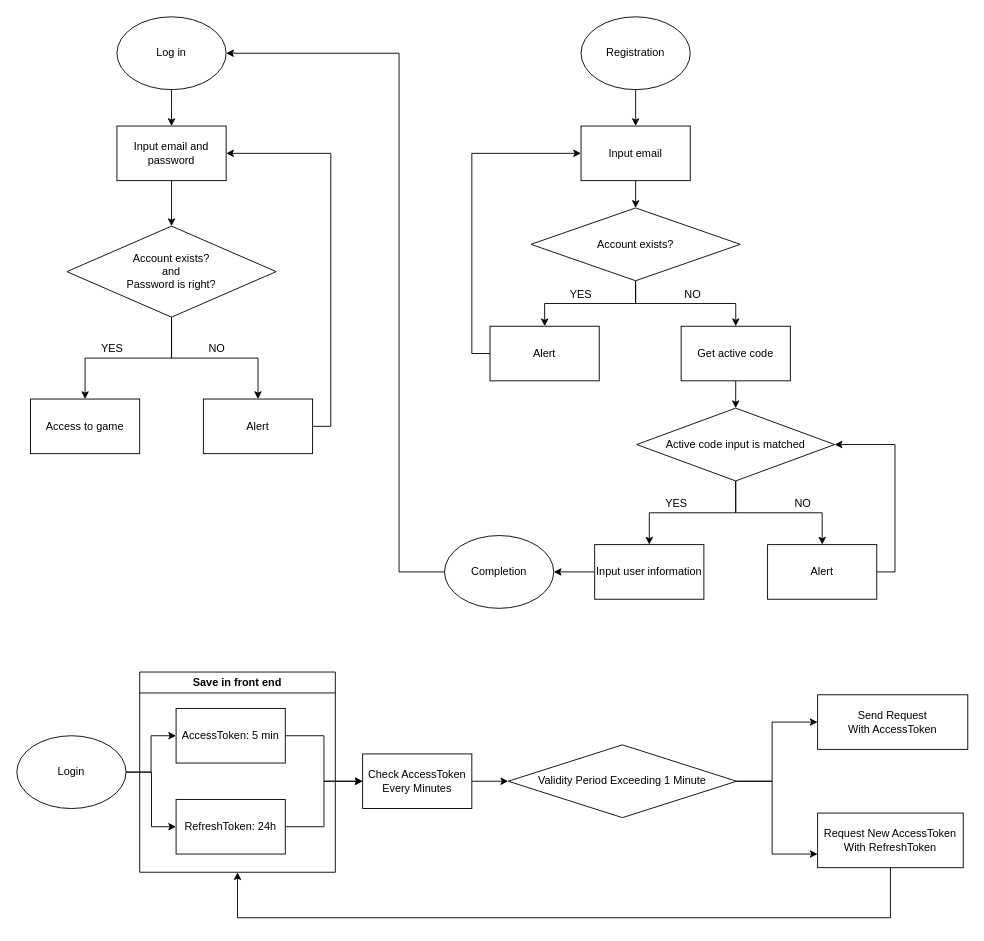
Kathy3665/coursesource keeps this draw.io diagram as 未命名绘图.drawio. Above is the earlier version. Source tidied: cells renumbered, new cells numbered last; positions are measured from the earlier drawing's top-left corner, leaving out a move shared by most shapes. Both pictures are drawn from the tidied source at 91%, with x=0, y=0 at pixel (16, 16).
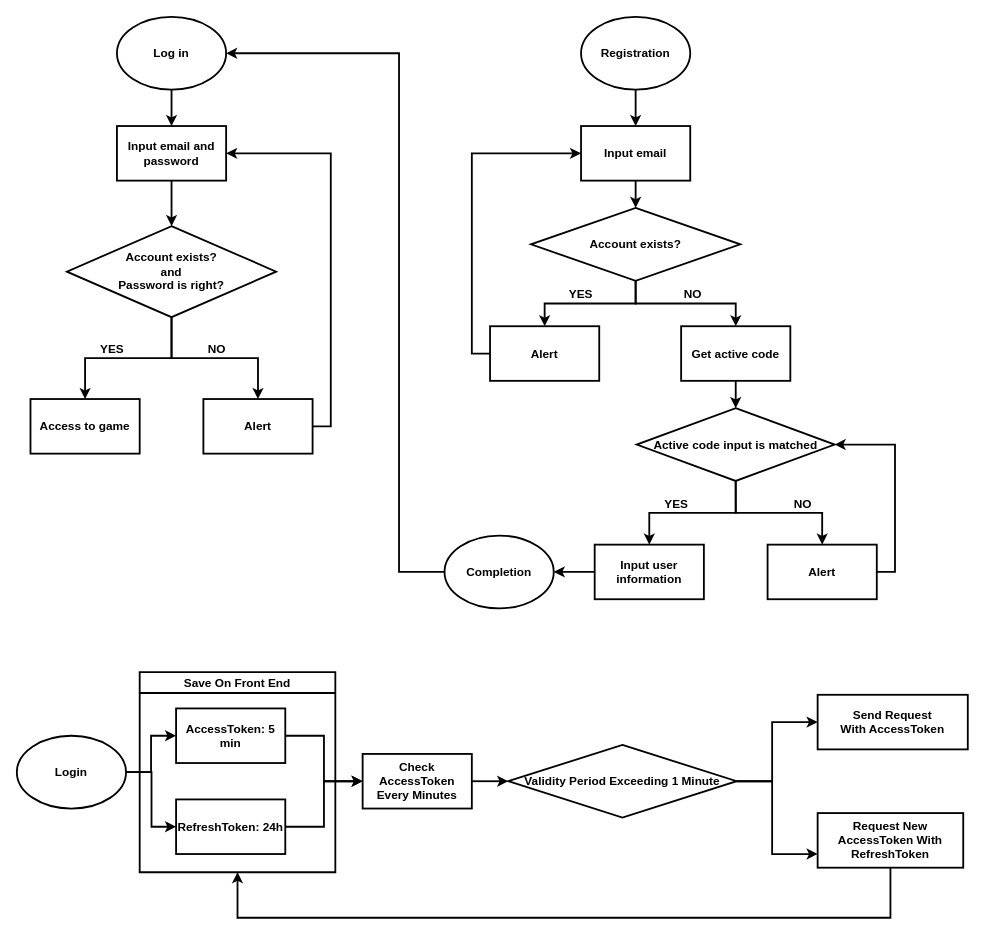
Above is the later version.

Commit message:
更新未命名绘图.drawio

Change to the diagram source:
```diff
@@
-    <mxCell id="2" style="edgeStyle=orthogonalEdgeStyle;rounded=0;jettySize=auto;html=1;exitX=0.5;exitY=1;exitDx=0;exitDy=0;entryX=0.5;entryY=0;entryDx=0;entryDy=0;" parent="1" edge="1" source="3">
+    <mxCell id="2" style="edgeStyle=orthogonalEdgeStyle;rounded=0;jettySize=auto;html=1;exitX=0.5;exitY=1;exitDx=0;exitDy=0;entryX=0.5;entryY=0;entryDx=0;entryDy=0;strokeWidth=2;fontSize=13;fontStyle=1;" parent="1" edge="1" source="3">
       <mxGeometry relative="1" as="geometry">
         <mxPoint x="170" y="120" as="targetPoint" />
       </mxGeometry>
     </mxCell>
-    <mxCell id="3" value="Log in" style="ellipse;whiteSpace=wrap;html=1;" parent="1" vertex="1">
+    <mxCell id="3" value="Log in" style="ellipse;whiteSpace=wrap;html=1;strokeWidth=2;fontSize=13;fontStyle=1;" parent="1" vertex="1">
       <mxGeometry x="110" width="120" height="80" as="geometry" />
     </mxCell>
-    <mxCell id="4" style="edgeStyle=orthogonalEdgeStyle;rounded=0;jettySize=auto;html=1;exitX=0.5;exitY=1;exitDx=0;exitDy=0;entryX=0.5;entryY=0;entryDx=0;entryDy=0;" parent="1" edge="1" source="6" target="7">
+    <mxCell id="4" style="edgeStyle=orthogonalEdgeStyle;rounded=0;jettySize=auto;html=1;exitX=0.5;exitY=1;exitDx=0;exitDy=0;entryX=0.5;entryY=0;entryDx=0;entryDy=0;strokeWidth=2;fontSize=13;fontStyle=1;" parent="1" edge="1" source="6" target="7">
       <mxGeometry relative="1" as="geometry" />
     </mxCell>
-    <mxCell id="5" style="edgeStyle=orthogonalEdgeStyle;rounded=0;jettySize=auto;html=1;exitX=0.5;exitY=1;exitDx=0;exitDy=0;" parent="1" edge="1" source="6" target="9">
+    <mxCell id="5" style="edgeStyle=orthogonalEdgeStyle;rounded=0;jettySize=auto;html=1;exitX=0.5;exitY=1;exitDx=0;exitDy=0;strokeWidth=2;fontSize=13;fontStyle=1;" parent="1" edge="1" source="6" target="9">
       <mxGeometry relative="1" as="geometry" />
     </mxCell>
-    <mxCell id="6" value="Account exists?&lt;br&gt;and&lt;br&gt;Password is right?" style="rhombus;whiteSpace=wrap;html=1;" parent="1" vertex="1">
+    <mxCell id="6" value="Account exists?&lt;br style=&quot;font-size: 13px;&quot;&gt;and&lt;br style=&quot;font-size: 13px;&quot;&gt;Password is right?" style="rhombus;whiteSpace=wrap;html=1;strokeWidth=2;fontSize=13;fontStyle=1;" parent="1" vertex="1">
       <mxGeometry x="55" y="230" width="230" height="100" as="geometry" />
     </mxCell>
-    <mxCell id="7" value="Access to game" style="rounded=0;whiteSpace=wrap;html=1;" parent="1" vertex="1">
+    <mxCell id="7" value="Access to game" style="rounded=0;whiteSpace=wrap;html=1;strokeWidth=2;fontSize=13;fontStyle=1;" parent="1" vertex="1">
       <mxGeometry x="15" y="420" width="120" height="60" as="geometry" />
     </mxCell>
-    <mxCell id="8" style="edgeStyle=orthogonalEdgeStyle;rounded=0;jettySize=auto;html=1;exitX=1;exitY=0.5;exitDx=0;exitDy=0;entryX=1;entryY=0.5;entryDx=0;entryDy=0;" parent="1" edge="1" source="9" target="11">
+    <mxCell id="8" style="edgeStyle=orthogonalEdgeStyle;rounded=0;jettySize=auto;html=1;exitX=1;exitY=0.5;exitDx=0;exitDy=0;entryX=1;entryY=0.5;entryDx=0;entryDy=0;strokeWidth=2;fontSize=13;fontStyle=1;" parent="1" edge="1" source="9" target="11">
       <mxGeometry relative="1" as="geometry" />
     </mxCell>
-    <mxCell id="9" value="Alert" style="rounded=0;whiteSpace=wrap;html=1;" parent="1" vertex="1">
+    <mxCell id="9" value="Alert" style="rounded=0;whiteSpace=wrap;html=1;strokeWidth=2;fontSize=13;fontStyle=1;" parent="1" vertex="1">
       <mxGeometry x="205" y="420" width="120" height="60" as="geometry" />
     </mxCell>
-    <mxCell id="10" style="edgeStyle=orthogonalEdgeStyle;rounded=0;jettySize=auto;html=1;exitX=0.5;exitY=1;exitDx=0;exitDy=0;entryX=0.5;entryY=0;entryDx=0;entryDy=0;" parent="1" edge="1" source="11" target="6">
+    <mxCell id="10" style="edgeStyle=orthogonalEdgeStyle;rounded=0;jettySize=auto;html=1;exitX=0.5;exitY=1;exitDx=0;exitDy=0;entryX=0.5;entryY=0;entryDx=0;entryDy=0;strokeWidth=2;fontSize=13;fontStyle=1;" parent="1" edge="1" source="11" target="6">
       <mxGeometry relative="1" as="geometry" />
     </mxCell>
-    <mxCell id="11" value="Input email and password" style="rounded=0;whiteSpace=wrap;html=1;" parent="1" vertex="1">
+    <mxCell id="11" value="Input email and password" style="rounded=0;whiteSpace=wrap;html=1;strokeWidth=2;fontSize=13;fontStyle=1;" parent="1" vertex="1">
       <mxGeometry x="110" y="120" width="120" height="60" as="geometry" />
     </mxCell>
-    <mxCell id="12" value="NO" style="text;html=1;strokeColor=none;fillColor=none;align=center;verticalAlign=middle;whiteSpace=wrap;rounded=0;" parent="1" vertex="1">
+    <mxCell id="12" value="NO" style="text;html=1;strokeColor=none;fillColor=none;align=center;verticalAlign=middle;whiteSpace=wrap;rounded=0;strokeWidth=2;fontSize=13;fontStyle=1;" parent="1" vertex="1">
       <mxGeometry x="190" y="350" width="60" height="30" as="geometry" />
     </mxCell>
-    <mxCell id="13" value="YES" style="text;html=1;strokeColor=none;fillColor=none;align=center;verticalAlign=middle;whiteSpace=wrap;rounded=0;" parent="1" vertex="1">
+    <mxCell id="13" value="YES" style="text;html=1;strokeColor=none;fillColor=none;align=center;verticalAlign=middle;whiteSpace=wrap;rounded=0;strokeWidth=2;fontSize=13;fontStyle=1;" parent="1" vertex="1">
       <mxGeometry x="75" y="350" width="60" height="30" as="geometry" />
     </mxCell>
-    <mxCell id="14" style="edgeStyle=orthogonalEdgeStyle;rounded=0;jettySize=auto;html=1;exitX=0.5;exitY=1;exitDx=0;exitDy=0;" parent="1" edge="1" source="15" target="17">
+    <mxCell id="14" style="edgeStyle=orthogonalEdgeStyle;rounded=0;jettySize=auto;html=1;exitX=0.5;exitY=1;exitDx=0;exitDy=0;strokeWidth=2;fontSize=13;fontStyle=1;" parent="1" edge="1" source="15" target="17">
       <mxGeometry relative="1" as="geometry" />
     </mxCell>
-    <mxCell id="15" value="Registration" style="ellipse;whiteSpace=wrap;html=1;" parent="1" vertex="1">
+    <mxCell id="15" value="Registration" style="ellipse;whiteSpace=wrap;html=1;strokeWidth=2;fontSize=13;fontStyle=1;" parent="1" vertex="1">
       <mxGeometry x="620" width="120" height="80" as="geometry" />
     </mxCell>
-    <mxCell id="16" style="edgeStyle=orthogonalEdgeStyle;rounded=0;jettySize=auto;html=1;exitX=0.5;exitY=1;exitDx=0;exitDy=0;entryX=0.5;entryY=0;entryDx=0;entryDy=0;" parent="1" edge="1" source="17" target="20">
+    <mxCell id="16" style="edgeStyle=orthogonalEdgeStyle;rounded=0;jettySize=auto;html=1;exitX=0.5;exitY=1;exitDx=0;exitDy=0;entryX=0.5;entryY=0;entryDx=0;entryDy=0;strokeWidth=2;fontSize=13;fontStyle=1;" parent="1" edge="1" source="17" target="20">
       <mxGeometry relative="1" as="geometry" />
     </mxCell>
-    <mxCell id="17" value="Input email" style="rounded=0;whiteSpace=wrap;html=1;" parent="1" vertex="1">
+    <mxCell id="17" value="Input email" style="rounded=0;whiteSpace=wrap;html=1;strokeWidth=2;fontSize=13;fontStyle=1;" parent="1" vertex="1">
       <mxGeometry x="620" y="120" width="120" height="60" as="geometry" />
     </mxCell>
-    <mxCell id="18" style="edgeStyle=orthogonalEdgeStyle;rounded=0;jettySize=auto;html=1;exitX=0.5;exitY=1;exitDx=0;exitDy=0;entryX=0.5;entryY=0;entryDx=0;entryDy=0;" parent="1" edge="1" source="20" target="24">
+    <mxCell id="18" style="edgeStyle=orthogonalEdgeStyle;rounded=0;jettySize=auto;html=1;exitX=0.5;exitY=1;exitDx=0;exitDy=0;entryX=0.5;entryY=0;entryDx=0;entryDy=0;strokeWidth=2;fontSize=13;fontStyle=1;" parent="1" edge="1" source="20" target="24">
       <mxGeometry relative="1" as="geometry" />
     </mxCell>
-    <mxCell id="19" style="edgeStyle=orthogonalEdgeStyle;rounded=0;jettySize=auto;html=1;exitX=0.5;exitY=1;exitDx=0;exitDy=0;" parent="1" edge="1" source="20" target="22">
+    <mxCell id="19" style="edgeStyle=orthogonalEdgeStyle;rounded=0;jettySize=auto;html=1;exitX=0.5;exitY=1;exitDx=0;exitDy=0;strokeWidth=2;fontSize=13;fontStyle=1;" parent="1" edge="1" source="20" target="22">
       <mxGeometry relative="1" as="geometry" />
     </mxCell>
-    <mxCell id="20" value="Account exists?" style="rhombus;whiteSpace=wrap;html=1;" parent="1" vertex="1">
+    <mxCell id="20" value="Account exists?" style="rhombus;whiteSpace=wrap;html=1;strokeWidth=2;fontSize=13;fontStyle=1;" parent="1" vertex="1">
       <mxGeometry x="565" y="210" width="230" height="80" as="geometry" />
     </mxCell>
-    <mxCell id="21" style="edgeStyle=orthogonalEdgeStyle;rounded=0;jettySize=auto;html=1;exitX=0.5;exitY=1;exitDx=0;exitDy=0;entryX=0.5;entryY=0;entryDx=0;entryDy=0;" parent="1" edge="1" source="22" target="27">
+    <mxCell id="21" style="edgeStyle=orthogonalEdgeStyle;rounded=0;jettySize=auto;html=1;exitX=0.5;exitY=1;exitDx=0;exitDy=0;entryX=0.5;entryY=0;entryDx=0;entryDy=0;strokeWidth=2;fontSize=13;fontStyle=1;" parent="1" edge="1" source="22" target="27">
       <mxGeometry relative="1" as="geometry" />
     </mxCell>
-    <mxCell id="22" value="Get active code" style="rounded=0;whiteSpace=wrap;html=1;" parent="1" vertex="1">
+    <mxCell id="22" value="Get active code" style="rounded=0;whiteSpace=wrap;html=1;strokeWidth=2;fontSize=13;fontStyle=1;" parent="1" vertex="1">
       <mxGeometry x="730" y="340" width="120" height="60" as="geometry" />
     </mxCell>
-    <mxCell id="23" style="edgeStyle=orthogonalEdgeStyle;rounded=0;jettySize=auto;html=1;exitX=0;exitY=0.5;exitDx=0;exitDy=0;entryX=0;entryY=0.5;entryDx=0;entryDy=0;" parent="1" edge="1" source="24" target="17">
+    <mxCell id="23" style="edgeStyle=orthogonalEdgeStyle;rounded=0;jettySize=auto;html=1;exitX=0;exitY=0.5;exitDx=0;exitDy=0;entryX=0;entryY=0.5;entryDx=0;entryDy=0;strokeWidth=2;fontSize=13;fontStyle=1;" parent="1" edge="1" source="24" target="17">
       <mxGeometry relative="1" as="geometry" />
     </mxCell>
-    <mxCell id="24" value="Alert" style="rounded=0;whiteSpace=wrap;html=1;" parent="1" vertex="1">
+    <mxCell id="24" value="Alert" style="rounded=0;whiteSpace=wrap;html=1;strokeWidth=2;fontSize=13;fontStyle=1;" parent="1" vertex="1">
       <mxGeometry x="520" y="340" width="120" height="60" as="geometry" />
     </mxCell>
-    <mxCell id="25" style="edgeStyle=orthogonalEdgeStyle;rounded=0;jettySize=auto;html=1;exitX=0.5;exitY=1;exitDx=0;exitDy=0;entryX=0.5;entryY=0;entryDx=0;entryDy=0;" parent="1" edge="1" source="27" target="29">
+    <mxCell id="25" style="edgeStyle=orthogonalEdgeStyle;rounded=0;jettySize=auto;html=1;exitX=0.5;exitY=1;exitDx=0;exitDy=0;entryX=0.5;entryY=0;entryDx=0;entryDy=0;strokeWidth=2;fontSize=13;fontStyle=1;" parent="1" edge="1" source="27" target="29">
       <mxGeometry relative="1" as="geometry" />
     </mxCell>
-    <mxCell id="26" style="edgeStyle=orthogonalEdgeStyle;rounded=0;jettySize=auto;html=1;exitX=0.5;exitY=1;exitDx=0;exitDy=0;entryX=0.5;entryY=0;entryDx=0;entryDy=0;" parent="1" edge="1" source="27" target="35">
+    <mxCell id="26" style="edgeStyle=orthogonalEdgeStyle;rounded=0;jettySize=auto;html=1;exitX=0.5;exitY=1;exitDx=0;exitDy=0;entryX=0.5;entryY=0;entryDx=0;entryDy=0;strokeWidth=2;fontSize=13;fontStyle=1;" parent="1" edge="1" source="27" target="35">
       <mxGeometry relative="1" as="geometry" />
     </mxCell>
-    <mxCell id="27" value="Active code input is matched" style="rhombus;whiteSpace=wrap;html=1;" parent="1" vertex="1">
+    <mxCell id="27" value="Active code input is matched" style="rhombus;whiteSpace=wrap;html=1;strokeWidth=2;fontSize=13;fontStyle=1;" parent="1" vertex="1">
       <mxGeometry x="681.2" y="430" width="217.5" height="80" as="geometry" />
     </mxCell>
-    <mxCell id="28" style="edgeStyle=orthogonalEdgeStyle;rounded=0;jettySize=auto;html=1;exitX=0;exitY=0.5;exitDx=0;exitDy=0;entryX=1;entryY=0.5;entryDx=0;entryDy=0;" parent="1" edge="1" source="29" target="31">
+    <mxCell id="28" style="edgeStyle=orthogonalEdgeStyle;rounded=0;jettySize=auto;html=1;exitX=0;exitY=0.5;exitDx=0;exitDy=0;entryX=1;entryY=0.5;entryDx=0;entryDy=0;strokeWidth=2;fontSize=13;fontStyle=1;" parent="1" edge="1" source="29" target="31">
       <mxGeometry relative="1" as="geometry" />
     </mxCell>
-    <mxCell id="29" value="Input user information" style="rounded=0;whiteSpace=wrap;html=1;" parent="1" vertex="1">
+    <mxCell id="29" value="Input user information" style="rounded=0;whiteSpace=wrap;html=1;strokeWidth=2;fontSize=13;fontStyle=1;" parent="1" vertex="1">
       <mxGeometry x="635" y="580" width="120" height="60" as="geometry" />
     </mxCell>
-    <mxCell id="30" style="edgeStyle=orthogonalEdgeStyle;rounded=0;jettySize=auto;html=1;exitX=0;exitY=0.5;exitDx=0;exitDy=0;entryX=1;entryY=0.5;entryDx=0;entryDy=0;" parent="1" edge="1" source="31" target="3">
+    <mxCell id="30" style="edgeStyle=orthogonalEdgeStyle;rounded=0;jettySize=auto;html=1;exitX=0;exitY=0.5;exitDx=0;exitDy=0;entryX=1;entryY=0.5;entryDx=0;entryDy=0;strokeWidth=2;fontSize=13;fontStyle=1;" parent="1" edge="1" source="31" target="3">
       <mxGeometry relative="1" as="geometry">
         <Array as="points">
           <mxPoint x="420" y="610" />
           <mxPoint x="420" y="40" />
         </Array>
       </mxGeometry>
     </mxCell>
-    <mxCell id="31" value="Completion" style="ellipse;whiteSpace=wrap;html=1;" parent="1" vertex="1">
+    <mxCell id="31" value="Completion" style="ellipse;whiteSpace=wrap;html=1;strokeWidth=2;fontSize=13;fontStyle=1;" parent="1" vertex="1">
       <mxGeometry x="470" y="570" width="120" height="80" as="geometry" />
     </mxCell>
-    <mxCell id="32" value="NO" style="text;html=1;strokeColor=none;fillColor=none;align=center;verticalAlign=middle;whiteSpace=wrap;rounded=0;" parent="1" vertex="1">
+    <mxCell id="32" value="NO" style="text;html=1;strokeColor=none;fillColor=none;align=center;verticalAlign=middle;whiteSpace=wrap;rounded=0;strokeWidth=2;fontSize=13;fontStyle=1;" parent="1" vertex="1">
       <mxGeometry x="712.5" y="290" width="60" height="30" as="geometry" />
     </mxCell>
-    <mxCell id="33" value="YES" style="text;html=1;strokeColor=none;fillColor=none;align=center;verticalAlign=middle;whiteSpace=wrap;rounded=0;" parent="1" vertex="1">
+    <mxCell id="33" value="YES" style="text;html=1;strokeColor=none;fillColor=none;align=center;verticalAlign=middle;whiteSpace=wrap;rounded=0;strokeWidth=2;fontSize=13;fontStyle=1;" parent="1" vertex="1">
       <mxGeometry x="590" y="290" width="60" height="30" as="geometry" />
     </mxCell>
-    <mxCell id="34" style="edgeStyle=orthogonalEdgeStyle;rounded=0;jettySize=auto;html=1;exitX=1;exitY=0.5;exitDx=0;exitDy=0;entryX=1;entryY=0.5;entryDx=0;entryDy=0;" parent="1" edge="1" source="35" target="27">
+    <mxCell id="34" style="edgeStyle=orthogonalEdgeStyle;rounded=0;jettySize=auto;html=1;exitX=1;exitY=0.5;exitDx=0;exitDy=0;entryX=1;entryY=0.5;entryDx=0;entryDy=0;strokeWidth=2;fontSize=13;fontStyle=1;" parent="1" edge="1" source="35" target="27">
       <mxGeometry relative="1" as="geometry" />
     </mxCell>
-    <mxCell id="35" value="Alert" style="rounded=0;whiteSpace=wrap;html=1;" parent="1" vertex="1">
+    <mxCell id="35" value="Alert" style="rounded=0;whiteSpace=wrap;html=1;strokeWidth=2;fontSize=13;fontStyle=1;" parent="1" vertex="1">
       <mxGeometry x="825" y="580" width="120" height="60" as="geometry" />
     </mxCell>
-    <mxCell id="36" value="NO" style="text;html=1;strokeColor=none;fillColor=none;align=center;verticalAlign=middle;whiteSpace=wrap;rounded=0;" parent="1" vertex="1">
+    <mxCell id="36" value="NO" style="text;html=1;strokeColor=none;fillColor=none;align=center;verticalAlign=middle;whiteSpace=wrap;rounded=0;strokeWidth=2;fontSize=13;fontStyle=1;" parent="1" vertex="1">
       <mxGeometry x="833.8" y="520" width="60" height="30" as="geometry" />
     </mxCell>
-    <mxCell id="37" value="YES" style="text;html=1;strokeColor=none;fillColor=none;align=center;verticalAlign=middle;whiteSpace=wrap;rounded=0;" parent="1" vertex="1">
+    <mxCell id="37" value="YES" style="text;html=1;strokeColor=none;fillColor=none;align=center;verticalAlign=middle;whiteSpace=wrap;rounded=0;strokeWidth=2;fontSize=13;fontStyle=1;" parent="1" vertex="1">
       <mxGeometry x="695" y="520" width="60" height="30" as="geometry" />
     </mxCell>
-    <mxCell id="38" style="edgeStyle=orthogonalEdgeStyle;rounded=0;jettySize=auto;html=1;exitX=1;exitY=0.5;exitDx=0;exitDy=0;entryX=0;entryY=0.5;entryDx=0;entryDy=0;" parent="1" edge="1" source="40" target="44">
+    <mxCell id="38" style="edgeStyle=orthogonalEdgeStyle;rounded=0;jettySize=auto;html=1;exitX=1;exitY=0.5;exitDx=0;exitDy=0;entryX=0;entryY=0.5;entryDx=0;entryDy=0;fontSize=13;fontStyle=1;strokeWidth=2;" parent="1" edge="1" source="40" target="44">
       <mxGeometry relative="1" as="geometry">
         <Array as="points">
           <mxPoint x="148" y="830" />
           <mxPoint x="148" y="890" />
         </Array>
       </mxGeometry>
     </mxCell>
-    <mxCell id="39" style="edgeStyle=orthogonalEdgeStyle;rounded=0;jettySize=auto;html=1;exitX=1;exitY=0.5;exitDx=0;exitDy=0;entryX=0;entryY=0.5;entryDx=0;entryDy=0;" parent="1" edge="1" source="40" target="42">
+    <mxCell id="39" style="edgeStyle=orthogonalEdgeStyle;rounded=0;jettySize=auto;html=1;exitX=1;exitY=0.5;exitDx=0;exitDy=0;entryX=0;entryY=0.5;entryDx=0;entryDy=0;fontSize=13;fontStyle=1;strokeWidth=2;" parent="1" edge="1" source="40" target="42">
       <mxGeometry relative="1" as="geometry" />
     </mxCell>
-    <mxCell id="40" value="Login" style="ellipse;whiteSpace=wrap;html=1;" parent="1" vertex="1">
+    <mxCell id="40" value="Login" style="ellipse;whiteSpace=wrap;html=1;fontSize=13;fontStyle=1;strokeWidth=2;" parent="1" vertex="1">
       <mxGeometry y="790" width="120" height="80" as="geometry" />
     </mxCell>
-    <mxCell id="41" style="edgeStyle=orthogonalEdgeStyle;rounded=0;jettySize=auto;html=1;exitX=1;exitY=0.5;exitDx=0;exitDy=0;entryX=0;entryY=0.5;entryDx=0;entryDy=0;" parent="1" edge="1" source="42" target="47">
+    <mxCell id="41" style="edgeStyle=orthogonalEdgeStyle;rounded=0;jettySize=auto;html=1;exitX=1;exitY=0.5;exitDx=0;exitDy=0;entryX=0;entryY=0.5;entryDx=0;entryDy=0;fontSize=13;fontStyle=1;strokeWidth=2;" parent="1" edge="1" source="42" target="47">
       <mxGeometry relative="1" as="geometry" />
     </mxCell>
-    <mxCell id="42" value="AccessToken: 5 min" style="rounded=0;whiteSpace=wrap;html=1;" parent="1" vertex="1">
+    <mxCell id="42" value="AccessToken: 5 min" style="rounded=0;whiteSpace=wrap;html=1;fontSize=13;fontStyle=1;strokeWidth=2;" parent="1" vertex="1">
       <mxGeometry x="175" y="760" width="120" height="60" as="geometry" />
     </mxCell>
-    <mxCell id="43" style="edgeStyle=orthogonalEdgeStyle;rounded=0;jettySize=auto;html=1;exitX=1;exitY=0.5;exitDx=0;exitDy=0;entryX=0;entryY=0.5;entryDx=0;entryDy=0;" parent="1" edge="1" source="44" target="47">
+    <mxCell id="43" style="edgeStyle=orthogonalEdgeStyle;rounded=0;jettySize=auto;html=1;exitX=1;exitY=0.5;exitDx=0;exitDy=0;entryX=0;entryY=0.5;entryDx=0;entryDy=0;fontSize=13;fontStyle=1;strokeWidth=2;" parent="1" edge="1" source="44" target="47">
       <mxGeometry relative="1" as="geometry" />
     </mxCell>
-    <mxCell id="44" value="RefreshToken: 24h" style="rounded=0;whiteSpace=wrap;html=1;" parent="1" vertex="1">
+    <mxCell id="44" value="RefreshToken: 24h" style="rounded=0;whiteSpace=wrap;html=1;fontSize=13;fontStyle=1;strokeWidth=2;" parent="1" vertex="1">
       <mxGeometry x="175" y="860" width="120" height="60" as="geometry" />
     </mxCell>
-    <mxCell id="45" value="Send Request&lt;br&gt;With AccessToken" style="rounded=0;whiteSpace=wrap;html=1;" parent="1" vertex="1">
+    <mxCell id="45" value="Send Request&lt;br style=&quot;font-size: 13px;&quot;&gt;With AccessToken" style="rounded=0;whiteSpace=wrap;html=1;fontSize=13;fontStyle=1;strokeWidth=2;" parent="1" vertex="1">
       <mxGeometry x="880" y="745" width="165" height="60" as="geometry" />
     </mxCell>
-    <mxCell id="46" style="edgeStyle=orthogonalEdgeStyle;rounded=0;jettySize=auto;html=1;exitX=1;exitY=0.5;exitDx=0;exitDy=0;entryX=0;entryY=0.5;entryDx=0;entryDy=0;" parent="1" edge="1" source="47" target="50">
+    <mxCell id="46" style="edgeStyle=orthogonalEdgeStyle;rounded=0;jettySize=auto;html=1;exitX=1;exitY=0.5;exitDx=0;exitDy=0;entryX=0;entryY=0.5;entryDx=0;entryDy=0;fontSize=13;fontStyle=1;strokeWidth=2;" parent="1" edge="1" source="47" target="50">
       <mxGeometry relative="1" as="geometry" />
     </mxCell>
-    <mxCell id="47" value="Check AccessToken&lt;br&gt;Every Minutes" style="rounded=0;whiteSpace=wrap;html=1;" parent="1" vertex="1">
+    <mxCell id="47" value="Check AccessToken&lt;br style=&quot;font-size: 13px;&quot;&gt;Every Minutes" style="rounded=0;whiteSpace=wrap;html=1;fontSize=13;fontStyle=1;strokeWidth=2;" parent="1" vertex="1">
       <mxGeometry x="380" y="810" width="120" height="60" as="geometry" />
     </mxCell>
-    <mxCell id="48" style="edgeStyle=orthogonalEdgeStyle;rounded=0;jettySize=auto;html=1;exitX=1;exitY=0.5;exitDx=0;exitDy=0;entryX=0;entryY=0.5;entryDx=0;entryDy=0;" parent="1" edge="1" source="50" target="45">
+    <mxCell id="48" style="edgeStyle=orthogonalEdgeStyle;rounded=0;jettySize=auto;html=1;exitX=1;exitY=0.5;exitDx=0;exitDy=0;entryX=0;entryY=0.5;entryDx=0;entryDy=0;fontSize=13;fontStyle=1;strokeWidth=2;" parent="1" edge="1" source="50" target="45">
       <mxGeometry relative="1" as="geometry">
         <Array as="points">
           <mxPoint x="830" y="840" />
           <mxPoint x="830" y="775" />
         </Array>
       </mxGeometry>
     </mxCell>
-    <mxCell id="49" style="edgeStyle=orthogonalEdgeStyle;rounded=0;jettySize=auto;html=1;exitX=1;exitY=0.5;exitDx=0;exitDy=0;entryX=0;entryY=0.75;entryDx=0;entryDy=0;" parent="1" edge="1" source="50" target="52">
+    <mxCell id="49" style="edgeStyle=orthogonalEdgeStyle;rounded=0;jettySize=auto;html=1;exitX=1;exitY=0.5;exitDx=0;exitDy=0;entryX=0;entryY=0.75;entryDx=0;entryDy=0;fontSize=13;fontStyle=1;strokeWidth=2;" parent="1" edge="1" source="50" target="52">
       <mxGeometry relative="1" as="geometry">
         <Array as="points">
           <mxPoint x="830" y="840" />
           <mxPoint x="830" y="920" />
         </Array>
       </mxGeometry>
     </mxCell>
-    <mxCell id="50" value="Validity Period Exceeding 1 Minute" style="rhombus;whiteSpace=wrap;html=1;" parent="1" vertex="1">
+    <mxCell id="50" value="Validity Period Exceeding 1 Minute" style="rhombus;whiteSpace=wrap;html=1;fontSize=13;fontStyle=1;strokeWidth=2;" parent="1" vertex="1">
       <mxGeometry x="540" y="800" width="251" height="80" as="geometry" />
     </mxCell>
-    <mxCell id="51" style="edgeStyle=orthogonalEdgeStyle;rounded=0;jettySize=auto;html=1;exitX=0.5;exitY=1;exitDx=0;exitDy=0;entryX=0.5;entryY=1;entryDx=0;entryDy=0;" parent="1" edge="1" source="52" target="53">
+    <mxCell id="51" style="edgeStyle=orthogonalEdgeStyle;rounded=0;jettySize=auto;html=1;exitX=0.5;exitY=1;exitDx=0;exitDy=0;entryX=0.5;entryY=1;entryDx=0;entryDy=0;fontSize=13;fontStyle=1;strokeWidth=2;" parent="1" edge="1" source="52" target="53">
       <mxGeometry relative="1" as="geometry">
         <Array as="points">
           <mxPoint x="960" y="990" />
           <mxPoint x="242" y="990" />
         </Array>
       </mxGeometry>
     </mxCell>
-    <mxCell id="52" value="Request New AccessToken With RefreshToken" style="rounded=0;whiteSpace=wrap;html=1;" parent="1" vertex="1">
+    <mxCell id="52" value="Request New AccessToken With RefreshToken" style="rounded=0;whiteSpace=wrap;html=1;fontSize=13;fontStyle=1;strokeWidth=2;" parent="1" vertex="1">
       <mxGeometry x="880" y="875" width="160" height="60" as="geometry" />
     </mxCell>
-    <mxCell id="53" value="Save in front end" style="swimlane;whiteSpace=wrap;html=1;" parent="1" vertex="1">
+    <mxCell id="53" value="Save On Front End" style="swimlane;whiteSpace=wrap;html=1;startSize=23;fontSize=13;fontStyle=1;strokeWidth=2;" parent="1" vertex="1">
       <mxGeometry x="135" y="720" width="215" height="220" as="geometry" />
     </mxCell>
```
